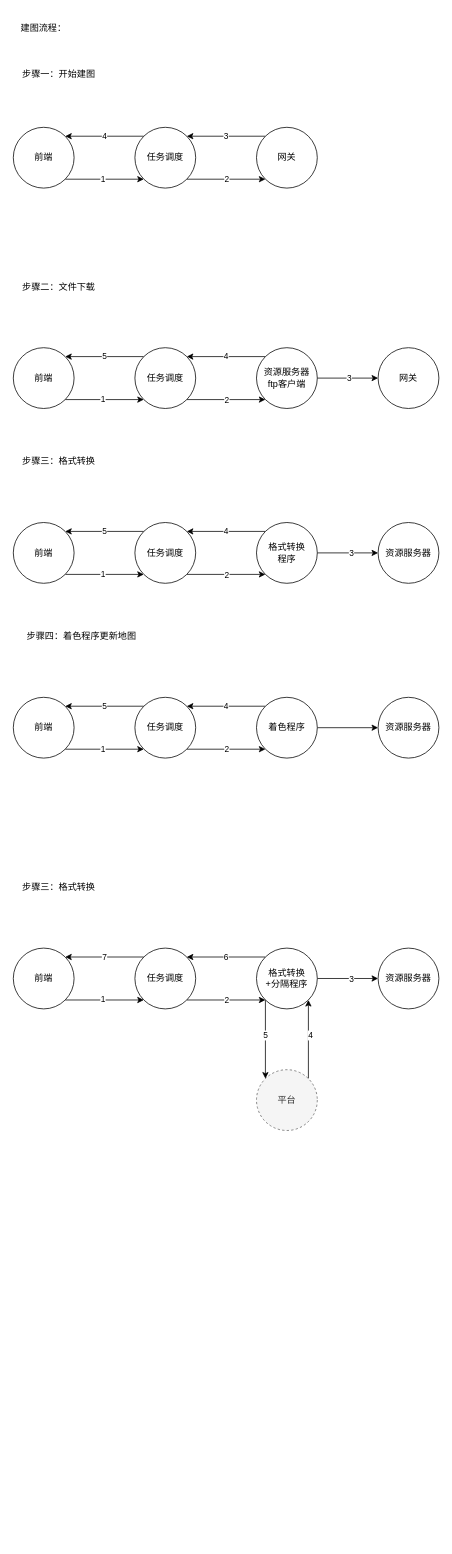
This is 建图流程.drawio from wangyufei0807/draw, a draw.io file, before an edit. Source tidied: cells renumbered, new cells numbered last; positions are measured from the earlier drawing's top-left corner, leaving out a move shared by most shapes. Both pictures are drawn from the tidied source at 76%, with x=0, y=0 at pixel (13, 13).
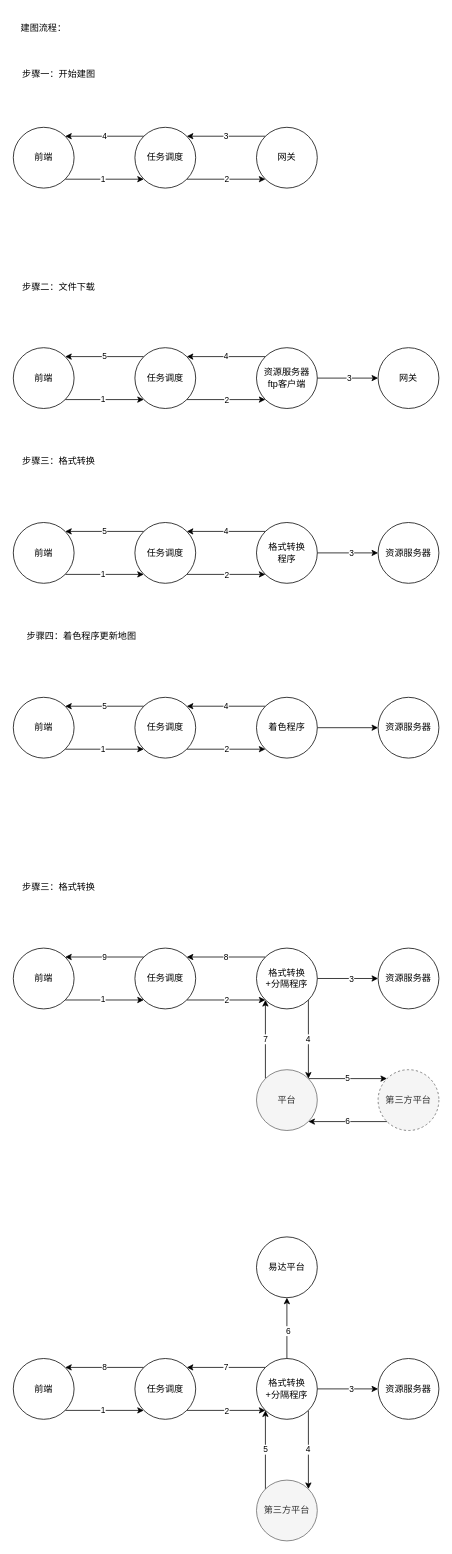
The same page after the edit.

The change refers to these unchanged cells:
```xml
<mxCell id="53" value="前端" style="ellipse;whiteSpace=wrap;html=1;" parent="1" vertex="1">
  <mxGeometry y="1230" width="80" height="80" as="geometry" />
</mxCell>
<mxCell id="57" value="任务调度" style="ellipse;whiteSpace=wrap;html=1;" parent="1" vertex="1">
  <mxGeometry x="160" y="1230" width="80" height="80" as="geometry" />
</mxCell>
<mxCell id="63" value="格式转换&lt;br&gt;+分隔程序" style="ellipse;whiteSpace=wrap;html=1;" parent="1" vertex="1">
  <mxGeometry x="320" y="1230" width="80" height="80" as="geometry" />
</mxCell>
```

The edit, as a diff of the source:
```diff
@@
-    <mxCell id="56" value="7" style="edgeStyle=orthogonalEdgeStyle;rounded=0;jettySize=auto;html=1;exitX=0;exitY=0;exitDx=0;exitDy=0;entryX=1;entryY=0;entryDx=0;entryDy=0;" parent="1" edge="1" source="57" target="53">
+    <mxCell id="56" value="9" style="edgeStyle=orthogonalEdgeStyle;rounded=0;jettySize=auto;html=1;exitX=0;exitY=0;exitDx=0;exitDy=0;entryX=1;entryY=0;entryDx=0;entryDy=0;" parent="1" edge="1" source="57" target="53">
       <mxGeometry relative="1" as="geometry" />
     </mxCell>
@@
-    <mxCell id="58" value="6" style="edgeStyle=orthogonalEdgeStyle;rounded=0;jettySize=auto;html=1;exitX=0;exitY=0;exitDx=0;exitDy=0;entryX=1;entryY=0;entryDx=0;entryDy=0;" parent="1" edge="1" source="63" target="57">
+    <mxCell id="58" value="8" style="edgeStyle=orthogonalEdgeStyle;rounded=0;jettySize=auto;html=1;exitX=0;exitY=0;exitDx=0;exitDy=0;entryX=1;entryY=0;entryDx=0;entryDy=0;" parent="1" edge="1" source="63" target="57">
       <mxGeometry relative="1" as="geometry" />
     </mxCell>
@@
-    <mxCell id="61" style="edgeStyle=orthogonalEdgeStyle;rounded=0;jettySize=auto;html=1;exitX=0;exitY=1;exitDx=0;exitDy=0;entryX=0;entryY=0;entryDx=0;entryDy=0;" parent="1" edge="1" source="63" target="68">
+    <mxCell id="61" value="4" style="edgeStyle=orthogonalEdgeStyle;rounded=0;jettySize=auto;html=1;exitX=1;exitY=1;exitDx=0;exitDy=0;entryX=1;entryY=0;entryDx=0;entryDy=0;" parent="1" edge="1" source="63" target="68">
       <mxGeometry relative="1" as="geometry" />
     </mxCell>
-    <mxCell id="62" value="5" style="edgeLabel;html=1;align=center;verticalAlign=middle;" parent="61" vertex="1">
-      <mxGeometry x="-0.12" relative="1" as="geometry" />
-    </mxCell>
@@
+    <mxCell id="69" value="5" style="edgeStyle=orthogonalEdgeStyle;rounded=0;jettySize=auto;html=1;exitX=1;exitY=0;exitDx=0;exitDy=0;entryX=0;entryY=0;entryDx=0;entryDy=0;" parent="1" edge="1" source="68" target="71">
+      <mxGeometry relative="1" as="geometry" />
+    </mxCell>
-    <mxCell id="66" style="edgeStyle=orthogonalEdgeStyle;rounded=0;jettySize=auto;html=1;exitX=1;exitY=0;exitDx=0;exitDy=0;entryX=1;entryY=1;entryDx=0;entryDy=0;" parent="1" edge="1" source="68" target="63">
+    <mxCell id="66" value="7" style="edgeStyle=orthogonalEdgeStyle;rounded=0;jettySize=auto;html=1;exitX=0;exitY=0;exitDx=0;exitDy=0;entryX=0;entryY=1;entryDx=0;entryDy=0;" parent="1" edge="1" source="68" target="63">
       <mxGeometry relative="1" as="geometry" />
     </mxCell>
-    <mxCell id="67" value="4" style="edgeLabel;html=1;align=center;verticalAlign=middle;" parent="66" vertex="1">
-      <mxGeometry x="0.1" y="-2" relative="1" as="geometry" />
-    </mxCell>
-    <mxCell id="68" value="平台" style="ellipse;whiteSpace=wrap;html=1;fillColor=#f5f5f5;strokeColor=#666666;fontColor=#333333;dashed=1;" parent="1" vertex="1">
+    <mxCell id="68" value="平台" style="ellipse;whiteSpace=wrap;html=1;fillColor=#f5f5f5;strokeColor=#666666;fontColor=#333333;" parent="1" vertex="1">
       <mxGeometry x="320" y="1390" width="80" height="80" as="geometry" />
     </mxCell>
+    <mxCell id="70" value="6" style="edgeStyle=orthogonalEdgeStyle;rounded=0;jettySize=auto;html=1;exitX=0;exitY=1;exitDx=0;exitDy=0;entryX=1;entryY=1;entryDx=0;entryDy=0;" parent="1" edge="1" source="71" target="68">
+      <mxGeometry relative="1" as="geometry" />
+    </mxCell>
+    <mxCell id="71" value="第三方平台" style="ellipse;whiteSpace=wrap;html=1;fillColor=#f5f5f5;strokeColor=#666666;fontColor=#333333;dashed=1;" parent="1" vertex="1">
+      <mxGeometry x="480" y="1390" width="80" height="80" as="geometry" />
+    </mxCell>
+    <mxCell id="72" style="edgeStyle=orthogonalEdgeStyle;rounded=0;jettySize=auto;html=1;exitX=1;exitY=1;exitDx=0;exitDy=0;entryX=0;entryY=1;entryDx=0;entryDy=0;" parent="1" edge="1" source="74" target="78">
+      <mxGeometry relative="1" as="geometry" />
+    </mxCell>
+    <mxCell id="73" value="1" style="edgeLabel;html=1;align=center;verticalAlign=middle;" parent="72" vertex="1">
+      <mxGeometry x="-0.05" y="1" relative="1" as="geometry" />
+    </mxCell>
+    <mxCell id="74" value="前端" style="ellipse;whiteSpace=wrap;html=1;" parent="1" vertex="1">
+      <mxGeometry y="1770" width="80" height="80" as="geometry" />
+    </mxCell>
+    <mxCell id="75" style="edgeStyle=orthogonalEdgeStyle;rounded=0;jettySize=auto;html=1;exitX=1;exitY=1;exitDx=0;exitDy=0;entryX=0;entryY=1;entryDx=0;entryDy=0;" parent="1" edge="1" source="78" target="85">
+      <mxGeometry relative="1" as="geometry" />
+    </mxCell>
+    <mxCell id="76" value="2" style="edgeLabel;html=1;align=center;verticalAlign=middle;" parent="75" vertex="1">
+      <mxGeometry relative="1" as="geometry" />
+    </mxCell>
+    <mxCell id="77" value="8" style="edgeStyle=orthogonalEdgeStyle;rounded=0;jettySize=auto;html=1;exitX=0;exitY=0;exitDx=0;exitDy=0;entryX=1;entryY=0;entryDx=0;entryDy=0;" parent="1" edge="1" source="78" target="74">
+      <mxGeometry relative="1" as="geometry" />
+    </mxCell>
+    <mxCell id="78" value="任务调度" style="ellipse;whiteSpace=wrap;html=1;" parent="1" vertex="1">
+      <mxGeometry x="160" y="1770" width="80" height="80" as="geometry" />
+    </mxCell>
+    <mxCell id="79" value="7" style="edgeStyle=orthogonalEdgeStyle;rounded=0;jettySize=auto;html=1;exitX=0;exitY=0;exitDx=0;exitDy=0;entryX=1;entryY=0;entryDx=0;entryDy=0;" parent="1" edge="1" source="85" target="78">
+      <mxGeometry relative="1" as="geometry" />
+    </mxCell>
+    <mxCell id="80" style="edgeStyle=orthogonalEdgeStyle;rounded=0;jettySize=auto;html=1;startArrow=none;startFill=0;" parent="1" edge="1" source="85" target="86">
+      <mxGeometry relative="1" as="geometry" />
+    </mxCell>
+    <mxCell id="81" value="3" style="edgeLabel;html=1;align=center;verticalAlign=middle;" parent="80" vertex="1">
+      <mxGeometry x="0.1" relative="1" as="geometry" />
+    </mxCell>
+    <mxCell id="82" value="4" style="edgeStyle=orthogonalEdgeStyle;rounded=0;jettySize=auto;html=1;exitX=1;exitY=1;exitDx=0;exitDy=0;entryX=1;entryY=0;entryDx=0;entryDy=0;" parent="1" edge="1" source="85" target="88">
+      <mxGeometry relative="1" as="geometry" />
+    </mxCell>
+    <mxCell id="83" style="edgeStyle=orthogonalEdgeStyle;rounded=0;jettySize=auto;html=1;" parent="1" edge="1" source="85" target="89">
+      <mxGeometry relative="1" as="geometry" />
+    </mxCell>
+    <mxCell id="84" value="6" style="edgeLabel;html=1;align=center;verticalAlign=middle;" parent="83" vertex="1">
+      <mxGeometry x="-0.07" y="-1" relative="1" as="geometry" />
+    </mxCell>
+    <mxCell id="85" value="格式转换&lt;br&gt;+分隔程序" style="ellipse;whiteSpace=wrap;html=1;" parent="1" vertex="1">
+      <mxGeometry x="320" y="1770" width="80" height="80" as="geometry" />
+    </mxCell>
+    <mxCell id="86" value="资源服务器" style="ellipse;whiteSpace=wrap;html=1;" parent="1" vertex="1">
+      <mxGeometry x="480" y="1770" width="80" height="80" as="geometry" />
+    </mxCell>
+    <mxCell id="87" value="5" style="edgeStyle=orthogonalEdgeStyle;rounded=0;jettySize=auto;html=1;exitX=0;exitY=0;exitDx=0;exitDy=0;entryX=0;entryY=1;entryDx=0;entryDy=0;" parent="1" edge="1" source="88" target="85">
+      <mxGeometry relative="1" as="geometry" />
+    </mxCell>
+    <mxCell id="88" value="第三方平台" style="ellipse;whiteSpace=wrap;html=1;fillColor=#f5f5f5;strokeColor=#666666;fontColor=#333333;" parent="1" vertex="1">
+      <mxGeometry x="320" y="1930" width="80" height="80" as="geometry" />
+    </mxCell>
+    <mxCell id="89" value="易达平台" style="ellipse;whiteSpace=wrap;html=1;" parent="1" vertex="1">
+      <mxGeometry x="320" y="1610" width="80" height="80" as="geometry" />
+    </mxCell>
```
